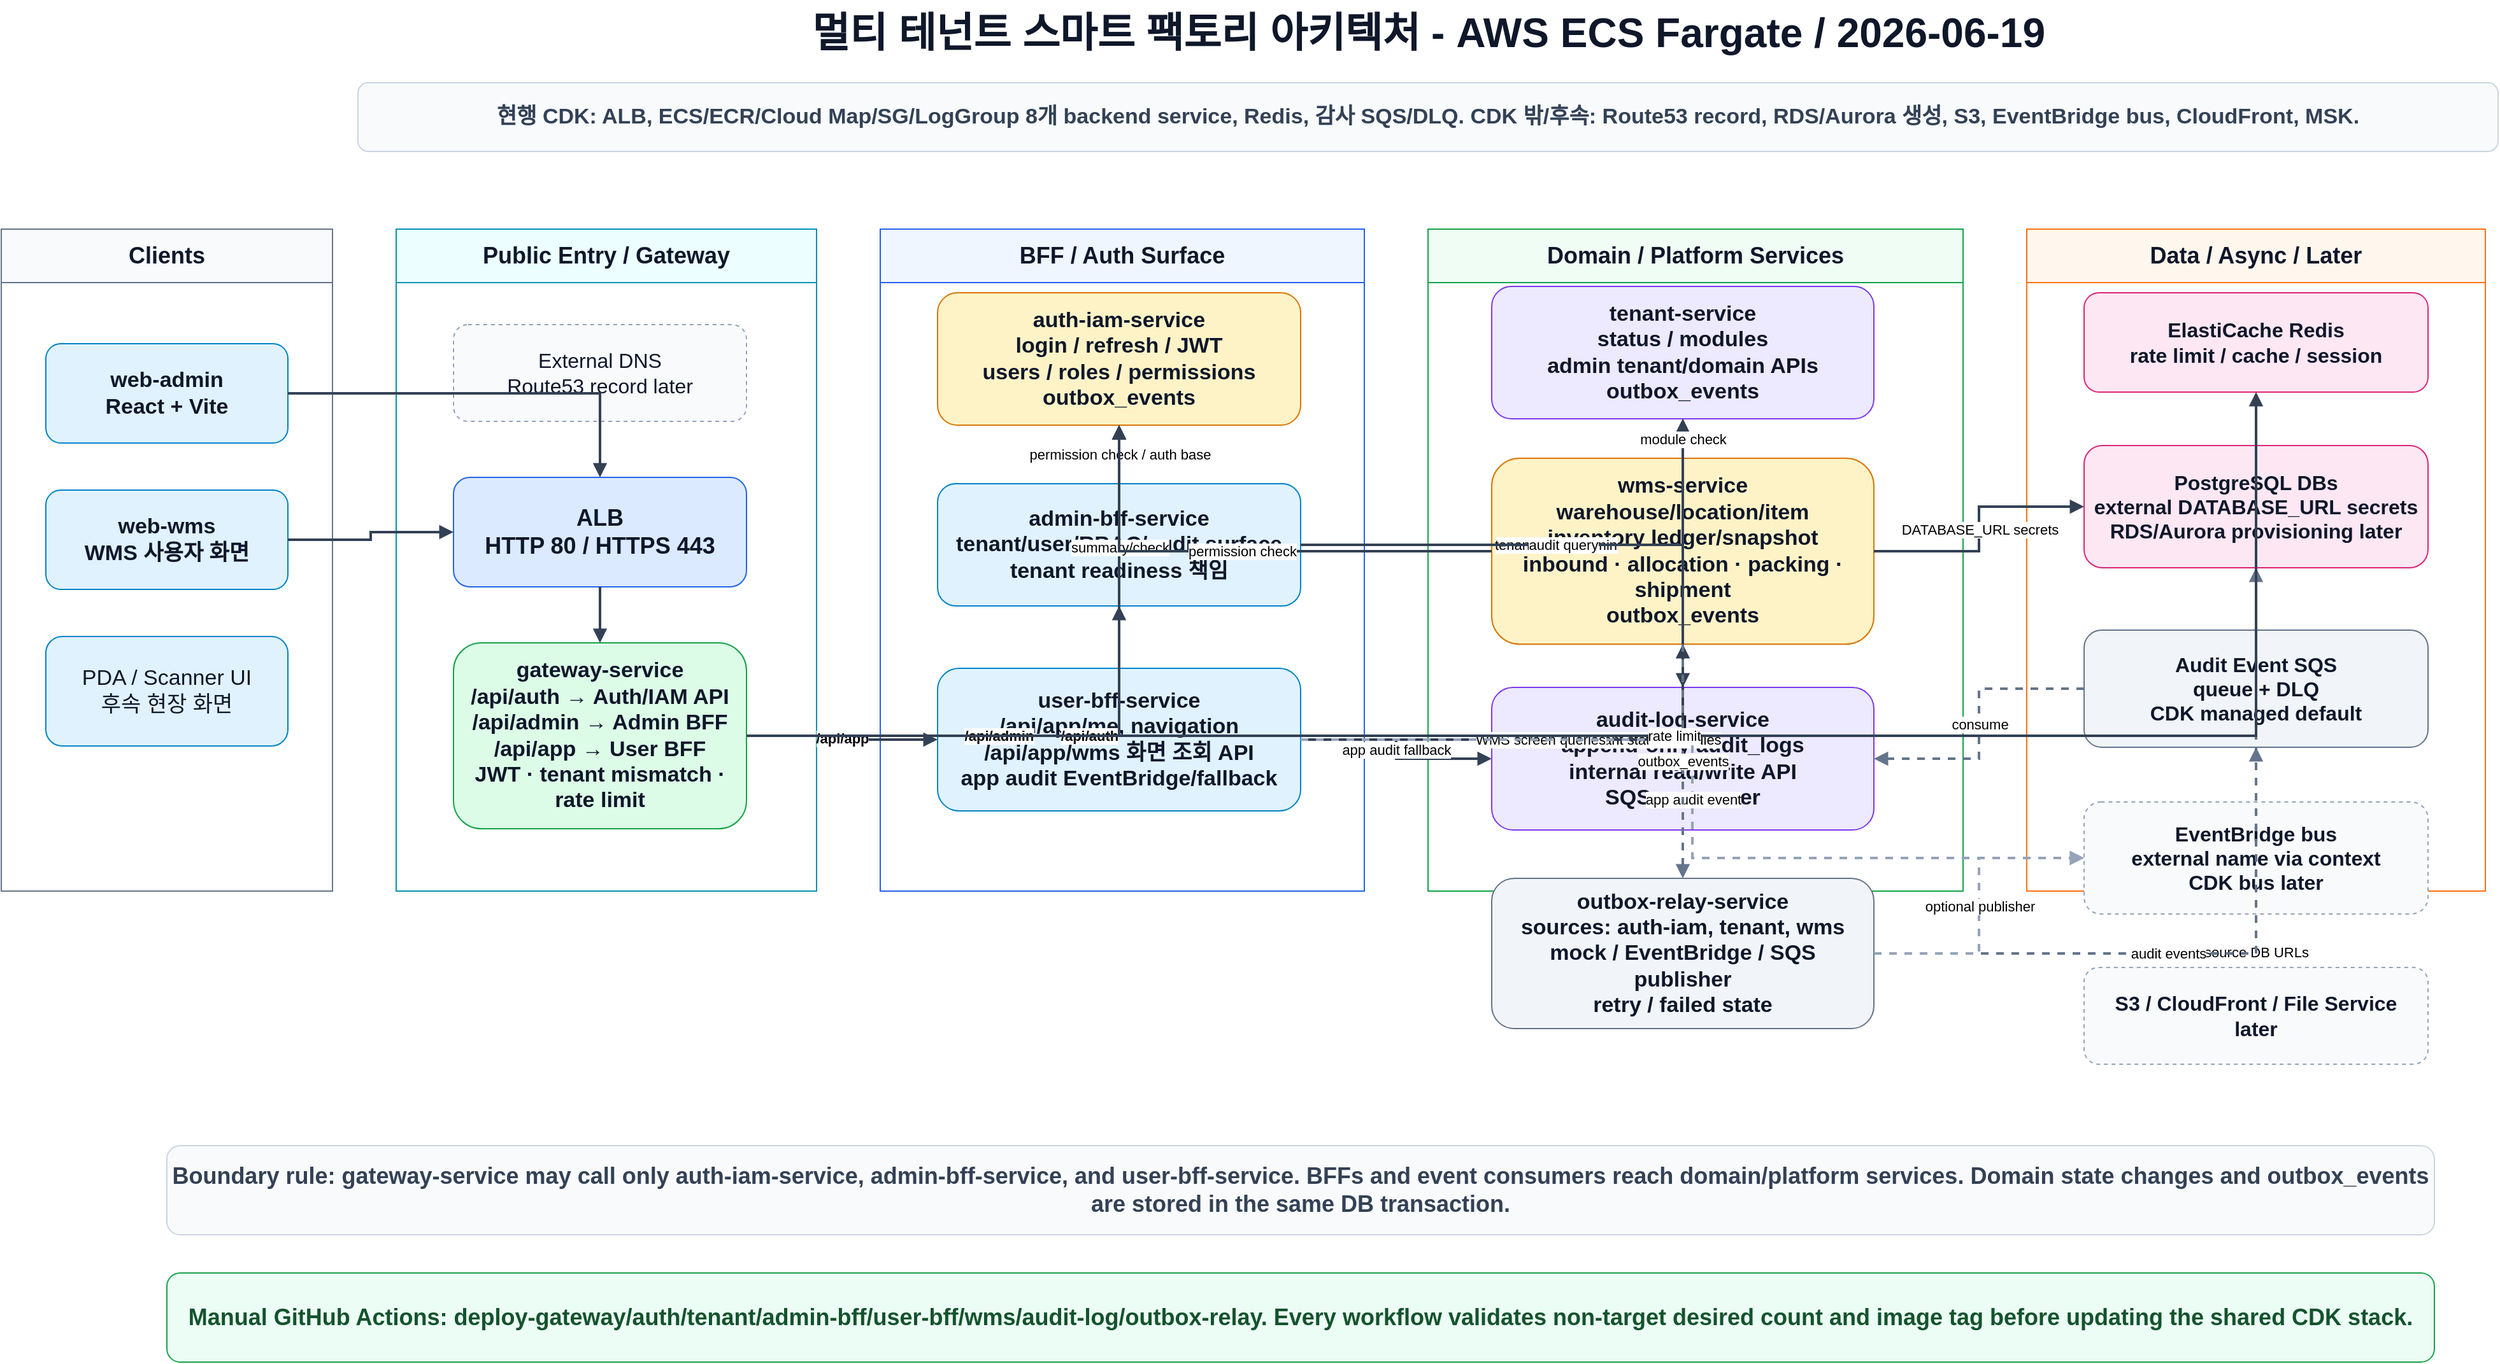
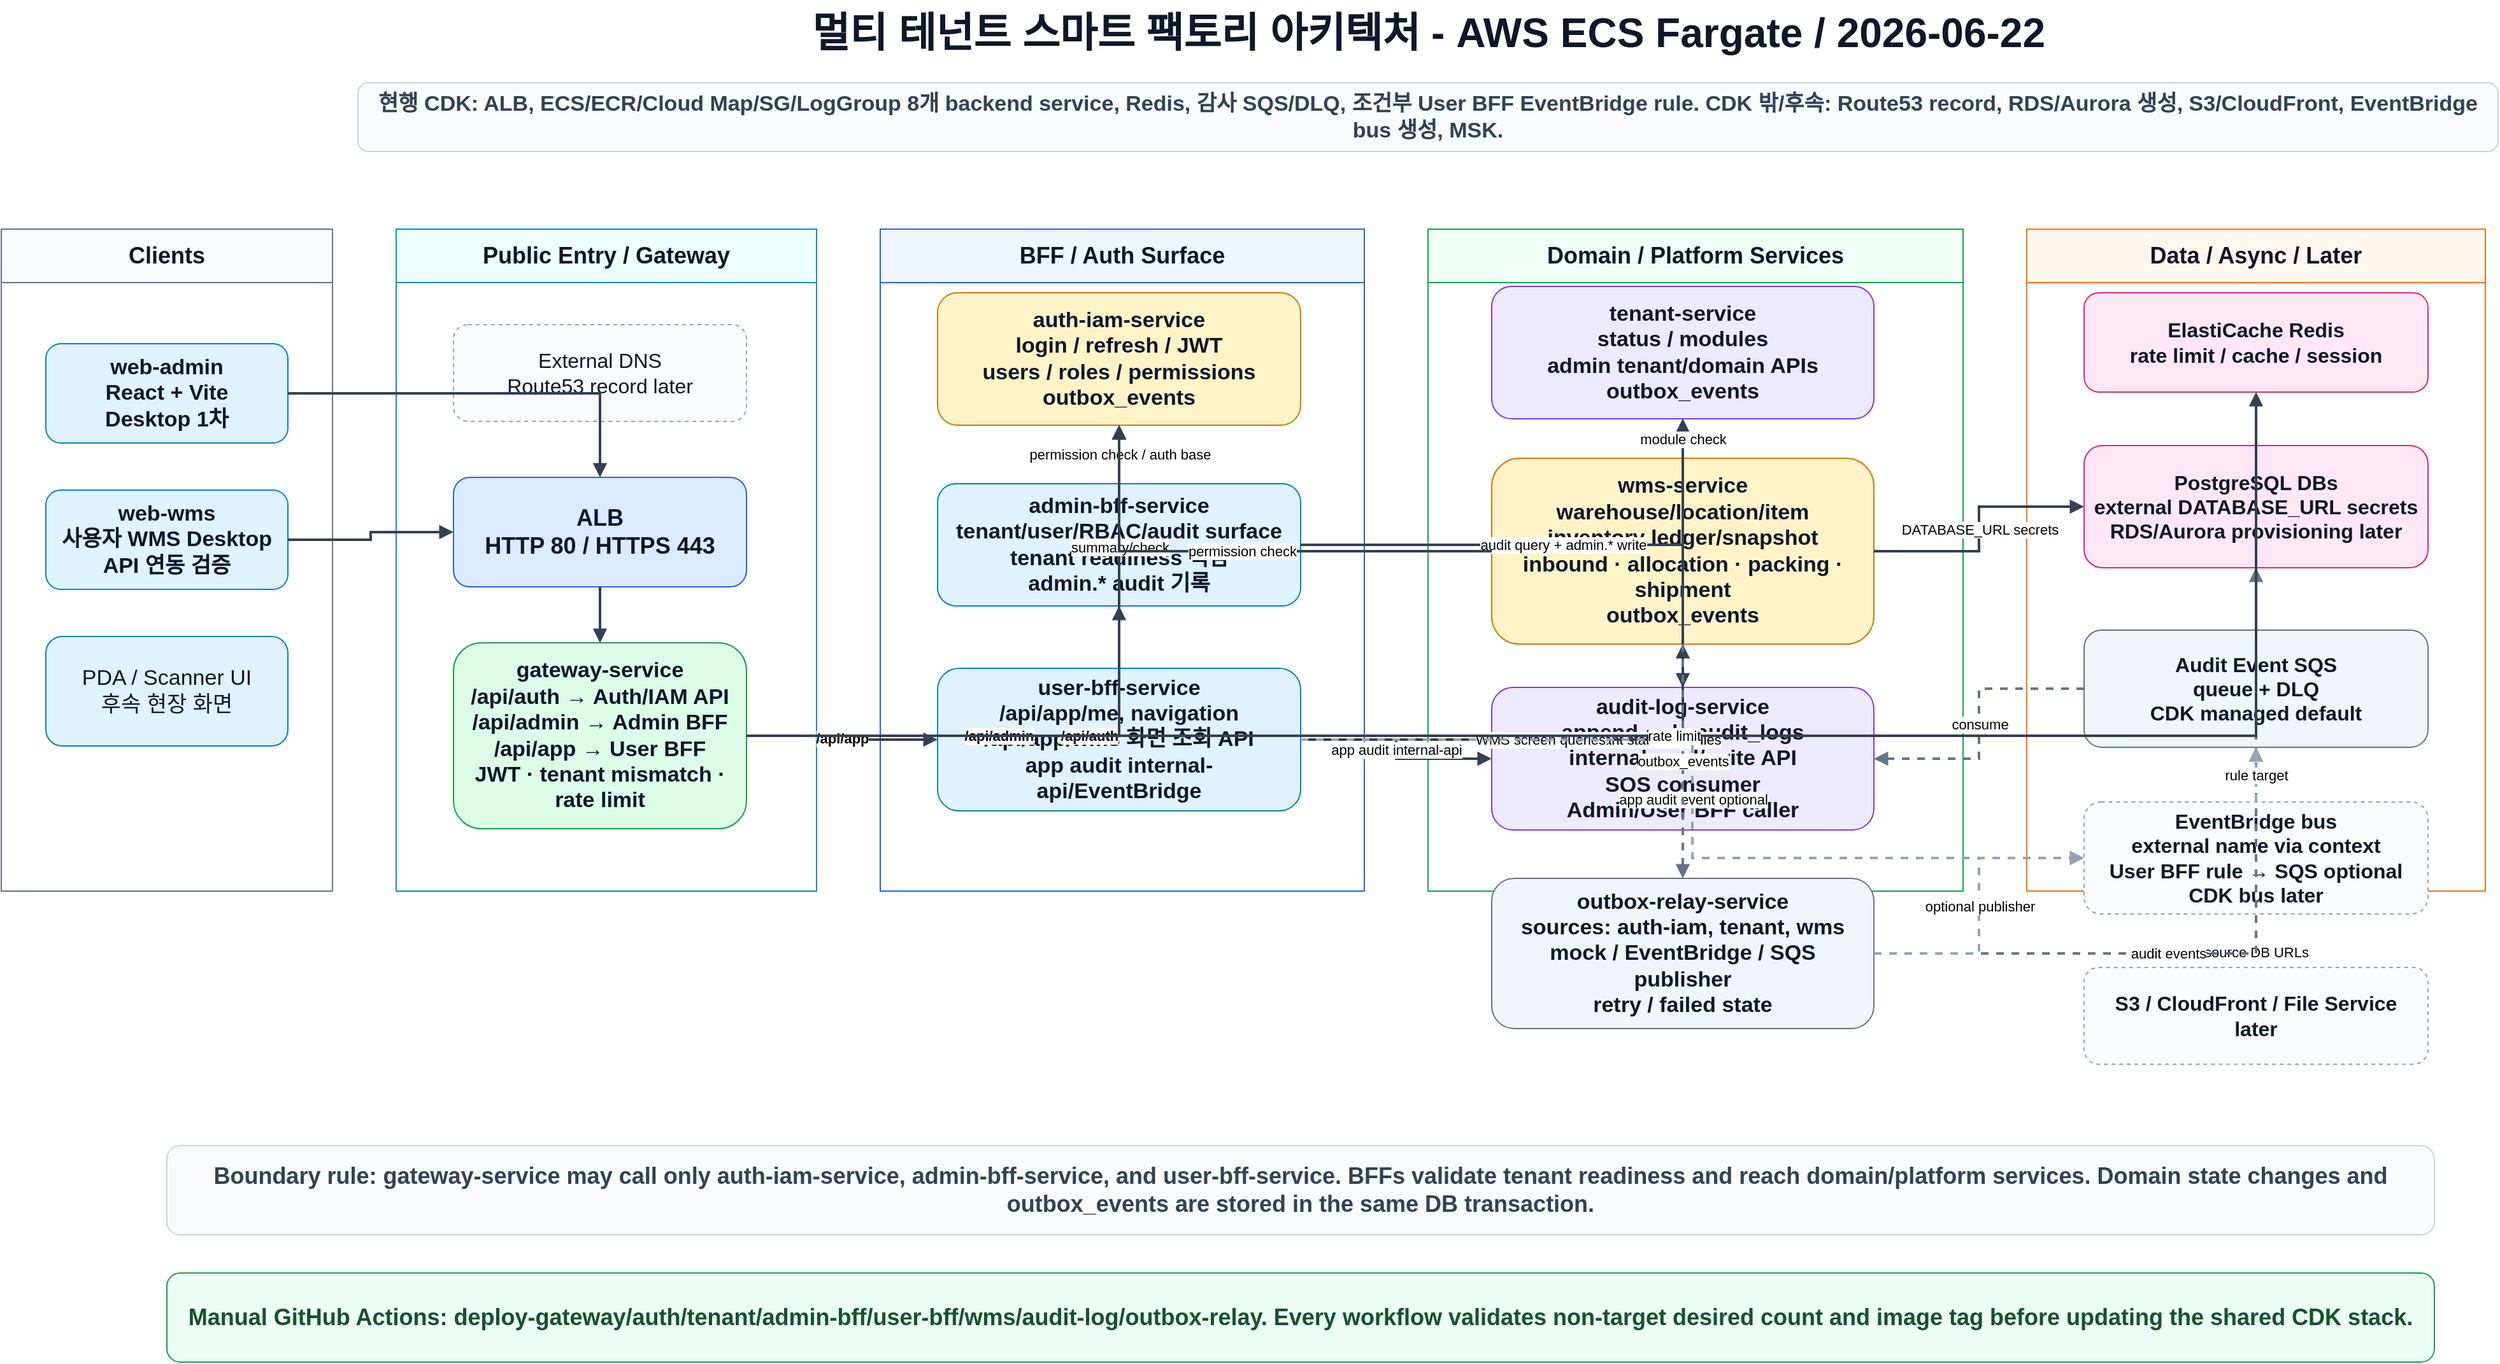
<mxfile host="Electron" agent="Codex">
-   <diagram name="AWS ECS Multi-Tenant Smart Factory" id="aws-ecs-2026-06-19">
+   <diagram name="AWS ECS Multi-Tenant Smart Factory" id="aws-ecs-2026-06-22">
    <mxGraphModel dx="1800" dy="1200" grid="1" gridSize="10" guides="1" tooltips="1" connect="1" arrows="1" fold="1" page="1" pageScale="1" pageWidth="2400" pageHeight="1500" math="0" shadow="0">
      <root>
        <mxCell id="0" />
        <mxCell id="1" parent="0" />
-         <mxCell id="title" value="멀티 테넌트 스마트 팩토리 아키텍처 - AWS ECS Fargate / 2026-06-19" style="text;html=1;strokeColor=none;fillColor=none;fontSize=32;fontStyle=1;align=center;verticalAlign=middle;fontColor=#0F172A;" vertex="1" parent="1">
+         <mxCell id="title" value="멀티 테넌트 스마트 팩토리 아키텍처 - AWS ECS Fargate / 2026-06-22" style="text;html=1;strokeColor=none;fillColor=none;fontSize=32;fontStyle=1;align=center;verticalAlign=middle;fontColor=#0F172A;" vertex="1" parent="1">
          <mxGeometry x="360" y="30" width="1680" height="52" as="geometry" />
        </mxCell>
-         <mxCell id="note" value="현행 CDK: ALB, ECS/ECR/Cloud Map/SG/LogGroup 8개 backend service, Redis, 감사 SQS/DLQ. CDK 밖/후속: Route53 record, RDS/Aurora 생성, S3, EventBridge bus, CloudFront, MSK." style="rounded=1;whiteSpace=wrap;html=1;fillColor=#F8FAFC;strokeColor=#CBD5E1;fontSize=17;fontStyle=1;fontColor=#334155;" vertex="1" parent="1">
+         <mxCell id="note" value="현행 CDK: ALB, ECS/ECR/Cloud Map/SG/LogGroup 8개 backend service, Redis, 감사 SQS/DLQ, 조건부 User BFF EventBridge rule. CDK 밖/후속: Route53 record, RDS/Aurora 생성, S3/CloudFront, EventBridge bus 생성, MSK." style="rounded=1;whiteSpace=wrap;html=1;fillColor=#F8FAFC;strokeColor=#CBD5E1;fontSize=17;fontStyle=1;fontColor=#334155;" vertex="1" parent="1">
          <mxGeometry x="360" y="95" width="1680" height="54" as="geometry" />
        </mxCell>

        <mxCell id="clientsGroup" value="Clients" style="swimlane;html=1;rounded=0;whiteSpace=wrap;fillColor=#F8FAFC;strokeColor=#64748B;fontStyle=1;fontSize=18;startSize=42;fontColor=#0F172A;" vertex="1" parent="1">
          <mxGeometry x="80" y="210" width="260" height="520" as="geometry" />
        </mxCell>
        <mxCell id="entryGroup" value="Public Entry / Gateway" style="swimlane;html=1;rounded=0;whiteSpace=wrap;fillColor=#ECFEFF;strokeColor=#0891B2;fontStyle=1;fontSize=18;startSize=42;fontColor=#0F172A;" vertex="1" parent="1">
          <mxGeometry x="390" y="210" width="330" height="520" as="geometry" />
        </mxCell>
        <mxCell id="bffGroup" value="BFF / Auth Surface" style="swimlane;html=1;rounded=0;whiteSpace=wrap;fillColor=#EFF6FF;strokeColor=#2563EB;fontStyle=1;fontSize=18;startSize=42;fontColor=#0F172A;" vertex="1" parent="1">
          <mxGeometry x="770" y="210" width="380" height="520" as="geometry" />
        </mxCell>
        <mxCell id="domainGroup" value="Domain / Platform Services" style="swimlane;html=1;rounded=0;whiteSpace=wrap;fillColor=#F0FDF4;strokeColor=#16A34A;fontStyle=1;fontSize=18;startSize=42;fontColor=#0F172A;" vertex="1" parent="1">
          <mxGeometry x="1200" y="210" width="420" height="520" as="geometry" />
        </mxCell>
        <mxCell id="dataGroup" value="Data / Async / Later" style="swimlane;html=1;rounded=0;whiteSpace=wrap;fillColor=#FFF7ED;strokeColor=#F97316;fontStyle=1;fontSize=18;startSize=42;fontColor=#0F172A;" vertex="1" parent="1">
          <mxGeometry x="1670" y="210" width="360" height="520" as="geometry" />
        </mxCell>

-         <mxCell id="webAdmin" value="web-admin&#xa;React + Vite" style="rounded=1;whiteSpace=wrap;html=1;fillColor=#E0F2FE;strokeColor=#0284C7;fontStyle=1;fontSize=17;fontColor=#0F172A;spacing=8;" vertex="1" parent="1">
+         <mxCell id="webAdmin" value="web-admin&#xa;React + Vite&#xa;Desktop 1차" style="rounded=1;whiteSpace=wrap;html=1;fillColor=#E0F2FE;strokeColor=#0284C7;fontStyle=1;fontSize=17;fontColor=#0F172A;spacing=8;" vertex="1" parent="1">
          <mxGeometry x="115" y="300" width="190" height="78" as="geometry" />
        </mxCell>
-         <mxCell id="webWms" value="web-wms&#xa;WMS 사용자 화면" style="rounded=1;whiteSpace=wrap;html=1;fillColor=#E0F2FE;strokeColor=#0284C7;fontStyle=1;fontSize=17;fontColor=#0F172A;spacing=8;" vertex="1" parent="1">
+         <mxCell id="webWms" value="web-wms&#xa;사용자 WMS Desktop&#xa;API 연동 검증" style="rounded=1;whiteSpace=wrap;html=1;fillColor=#E0F2FE;strokeColor=#0284C7;fontStyle=1;fontSize=17;fontColor=#0F172A;spacing=8;" vertex="1" parent="1">
          <mxGeometry x="115" y="415" width="190" height="78" as="geometry" />
        </mxCell>
        <mxCell id="pda" value="PDA / Scanner UI&#xa;후속 현장 화면" style="rounded=1;whiteSpace=wrap;html=1;fillColor=#E0F2FE;strokeColor=#0284C7;fontSize=17;fontColor=#0F172A;spacing=8;" vertex="1" parent="1">
          <mxGeometry x="115" y="530" width="190" height="86" as="geometry" />
        </mxCell>

        <mxCell id="dns" value="External DNS&#xa;Route53 record later" style="rounded=1;whiteSpace=wrap;html=1;fillColor=#F8FAFC;strokeColor=#94A3B8;dashed=1;fontSize=16;fontColor=#0F172A;spacing=8;" vertex="1" parent="1">
          <mxGeometry x="435" y="285" width="230" height="76" as="geometry" />
        </mxCell>
        <mxCell id="alb" value="ALB&#xa;HTTP 80 / HTTPS 443" style="rounded=1;whiteSpace=wrap;html=1;fillColor=#DBEAFE;strokeColor=#2563EB;fontStyle=1;fontSize=18;fontColor=#0F172A;spacing=8;" vertex="1" parent="1">
          <mxGeometry x="435" y="405" width="230" height="86" as="geometry" />
        </mxCell>
        <mxCell id="gateway" value="gateway-service&#xa;/api/auth → Auth/IAM API&#xa;/api/admin → Admin BFF&#xa;/api/app → User BFF&#xa;JWT · tenant mismatch · rate limit" style="rounded=1;whiteSpace=wrap;html=1;fillColor=#DCFCE7;strokeColor=#16A34A;fontStyle=1;fontSize=17;fontColor=#0F172A;spacing=9;" vertex="1" parent="1">
          <mxGeometry x="435" y="535" width="230" height="146" as="geometry" />
        </mxCell>

        <mxCell id="auth" value="auth-iam-service&#xa;login / refresh / JWT&#xa;users / roles / permissions&#xa;outbox_events" style="rounded=1;whiteSpace=wrap;html=1;fillColor=#FEF3C7;strokeColor=#D97706;fontStyle=1;fontSize=17;fontColor=#0F172A;spacing=8;" vertex="1" parent="1">
          <mxGeometry x="815" y="260" width="285" height="104" as="geometry" />
        </mxCell>
-         <mxCell id="adminBff" value="admin-bff-service&#xa;tenant/user/RBAC/audit surface&#xa;tenant readiness 책임" style="rounded=1;whiteSpace=wrap;html=1;fillColor=#E0F2FE;strokeColor=#0284C7;fontStyle=1;fontSize=17;fontColor=#0F172A;spacing=8;" vertex="1" parent="1">
+         <mxCell id="adminBff" value="admin-bff-service&#xa;tenant/user/RBAC/audit surface&#xa;tenant readiness 책임&#xa;admin.* audit 기록" style="rounded=1;whiteSpace=wrap;html=1;fillColor=#E0F2FE;strokeColor=#0284C7;fontStyle=1;fontSize=17;fontColor=#0F172A;spacing=8;" vertex="1" parent="1">
          <mxGeometry x="815" y="410" width="285" height="96" as="geometry" />
        </mxCell>
-         <mxCell id="userBff" value="user-bff-service&#xa;/api/app/me, navigation&#xa;/api/app/wms 화면 조회 API&#xa;app audit EventBridge/fallback" style="rounded=1;whiteSpace=wrap;html=1;fillColor=#E0F2FE;strokeColor=#0284C7;fontStyle=1;fontSize=17;fontColor=#0F172A;spacing=8;" vertex="1" parent="1">
+         <mxCell id="userBff" value="user-bff-service&#xa;/api/app/me, navigation&#xa;/api/app/wms 화면 조회 API&#xa;app audit internal-api/EventBridge" style="rounded=1;whiteSpace=wrap;html=1;fillColor=#E0F2FE;strokeColor=#0284C7;fontStyle=1;fontSize=17;fontColor=#0F172A;spacing=8;" vertex="1" parent="1">
          <mxGeometry x="815" y="555" width="285" height="112" as="geometry" />
        </mxCell>

        <mxCell id="tenant" value="tenant-service&#xa;status / modules&#xa;admin tenant/domain APIs&#xa;outbox_events" style="rounded=1;whiteSpace=wrap;html=1;fillColor=#EDE9FE;strokeColor=#7C3AED;fontStyle=1;fontSize=17;fontColor=#0F172A;spacing=8;" vertex="1" parent="1">
          <mxGeometry x="1250" y="255" width="300" height="104" as="geometry" />
        </mxCell>
        <mxCell id="wms" value="wms-service&#xa;warehouse/location/item&#xa;inventory ledger/snapshot&#xa;inbound · allocation · packing · shipment&#xa;outbox_events" style="rounded=1;whiteSpace=wrap;html=1;fillColor=#FEF3C7;strokeColor=#D97706;fontStyle=1;fontSize=17;fontColor=#0F172A;spacing=8;" vertex="1" parent="1">
          <mxGeometry x="1250" y="390" width="300" height="146" as="geometry" />
        </mxCell>
-         <mxCell id="audit" value="audit-log-service&#xa;append-only audit_logs&#xa;internal read/write API&#xa;SQS consumer" style="rounded=1;whiteSpace=wrap;html=1;fillColor=#EDE9FE;strokeColor=#7C3AED;fontStyle=1;fontSize=17;fontColor=#0F172A;spacing=8;" vertex="1" parent="1">
+         <mxCell id="audit" value="audit-log-service&#xa;append-only audit_logs&#xa;internal read/write API&#xa;SQS consumer&#xa;Admin/User BFF caller" style="rounded=1;whiteSpace=wrap;html=1;fillColor=#EDE9FE;strokeColor=#7C3AED;fontStyle=1;fontSize=17;fontColor=#0F172A;spacing=8;" vertex="1" parent="1">
          <mxGeometry x="1250" y="570" width="300" height="112" as="geometry" />
        </mxCell>
        <mxCell id="outbox" value="outbox-relay-service&#xa;sources: auth-iam, tenant, wms&#xa;mock / EventBridge / SQS publisher&#xa;retry / failed state" style="rounded=1;whiteSpace=wrap;html=1;fillColor=#F1F5F9;strokeColor=#64748B;fontStyle=1;fontSize=17;fontColor=#0F172A;spacing=8;" vertex="1" parent="1">
          <mxGeometry x="1250" y="720" width="300" height="118" as="geometry" />
        </mxCell>

        <mxCell id="redis" value="ElastiCache Redis&#xa;rate limit / cache / session" style="rounded=1;whiteSpace=wrap;html=1;fillColor=#FCE7F3;strokeColor=#DB2777;fontStyle=1;fontSize=16;fontColor=#0F172A;spacing=8;" vertex="1" parent="1">
          <mxGeometry x="1715" y="260" width="270" height="78" as="geometry" />
        </mxCell>
        <mxCell id="postgres" value="PostgreSQL DBs&#xa;external DATABASE_URL secrets&#xa;RDS/Aurora provisioning later" style="rounded=1;whiteSpace=wrap;html=1;fillColor=#FCE7F3;strokeColor=#DB2777;fontStyle=1;fontSize=16;fontColor=#0F172A;spacing=8;" vertex="1" parent="1">
          <mxGeometry x="1715" y="380" width="270" height="96" as="geometry" />
        </mxCell>
        <mxCell id="sqs" value="Audit Event SQS&#xa;queue + DLQ&#xa;CDK managed default" style="rounded=1;whiteSpace=wrap;html=1;fillColor=#F1F5F9;strokeColor=#64748B;fontStyle=1;fontSize=16;fontColor=#0F172A;spacing=8;" vertex="1" parent="1">
          <mxGeometry x="1715" y="525" width="270" height="92" as="geometry" />
        </mxCell>
-         <mxCell id="eventbridge" value="EventBridge bus&#xa;external name via context&#xa;CDK bus later" style="rounded=1;whiteSpace=wrap;html=1;fillColor=#F8FAFC;strokeColor=#94A3B8;dashed=1;fontStyle=1;fontSize=16;fontColor=#0F172A;spacing=8;" vertex="1" parent="1">
+         <mxCell id="eventbridge" value="EventBridge bus&#xa;external name via context&#xa;User BFF rule → SQS optional&#xa;CDK bus later" style="rounded=1;whiteSpace=wrap;html=1;fillColor=#F8FAFC;strokeColor=#94A3B8;dashed=1;fontStyle=1;fontSize=16;fontColor=#0F172A;spacing=8;" vertex="1" parent="1">
          <mxGeometry x="1715" y="660" width="270" height="88" as="geometry" />
        </mxCell>
        <mxCell id="s3" value="S3 / CloudFront / File Service&#xa;later" style="rounded=1;whiteSpace=wrap;html=1;fillColor=#F8FAFC;strokeColor=#94A3B8;dashed=1;fontStyle=1;fontSize=16;fontColor=#0F172A;spacing=8;" vertex="1" parent="1">
          <mxGeometry x="1715" y="790" width="270" height="76" as="geometry" />
        </mxCell>

        <mxCell id="edge-web-admin" style="edgeStyle=orthogonalEdgeStyle;rounded=0;orthogonalLoop=1;jettySize=auto;html=1;strokeColor=#334155;strokeWidth=2;endArrow=block;endFill=1;" edge="1" parent="1" source="webAdmin" target="alb">
          <mxGeometry relative="1" as="geometry" />
        </mxCell>
        <mxCell id="edge-web-wms" style="edgeStyle=orthogonalEdgeStyle;rounded=0;orthogonalLoop=1;jettySize=auto;html=1;strokeColor=#334155;strokeWidth=2;endArrow=block;endFill=1;" edge="1" parent="1" source="webWms" target="alb">
          <mxGeometry relative="1" as="geometry" />
        </mxCell>
        <mxCell id="edge-alb-gateway" style="edgeStyle=orthogonalEdgeStyle;rounded=0;orthogonalLoop=1;jettySize=auto;html=1;strokeColor=#334155;strokeWidth=2;endArrow=block;endFill=1;" edge="1" parent="1" source="alb" target="gateway">
          <mxGeometry relative="1" as="geometry" />
        </mxCell>
        <mxCell id="edge-gw-auth" value="/api/auth" style="edgeStyle=orthogonalEdgeStyle;rounded=0;orthogonalLoop=1;jettySize=auto;html=1;strokeColor=#334155;strokeWidth=2;endArrow=block;endFill=1;fontStyle=1;" edge="1" parent="1" source="gateway" target="auth">
          <mxGeometry relative="1" as="geometry" />
        </mxCell>
        <mxCell id="edge-gw-admin" value="/api/admin" style="edgeStyle=orthogonalEdgeStyle;rounded=0;orthogonalLoop=1;jettySize=auto;html=1;strokeColor=#334155;strokeWidth=2;endArrow=block;endFill=1;fontStyle=1;" edge="1" parent="1" source="gateway" target="adminBff">
          <mxGeometry relative="1" as="geometry" />
        </mxCell>
        <mxCell id="edge-gw-user" value="/api/app" style="edgeStyle=orthogonalEdgeStyle;rounded=0;orthogonalLoop=1;jettySize=auto;html=1;strokeColor=#334155;strokeWidth=2;endArrow=block;endFill=1;fontStyle=1;" edge="1" parent="1" source="gateway" target="userBff">
          <mxGeometry relative="1" as="geometry" />
        </mxCell>
        <mxCell id="edge-admin-auth" value="permission check / auth base" style="edgeStyle=orthogonalEdgeStyle;rounded=0;orthogonalLoop=1;jettySize=auto;html=1;strokeColor=#334155;strokeWidth=2;endArrow=block;endFill=1;" edge="1" parent="1" source="adminBff" target="auth">
          <mxGeometry relative="1" as="geometry" />
        </mxCell>
        <mxCell id="edge-admin-tenant" value="tenant status/admin" style="edgeStyle=orthogonalEdgeStyle;rounded=0;orthogonalLoop=1;jettySize=auto;html=1;strokeColor=#334155;strokeWidth=2;endArrow=block;endFill=1;" edge="1" parent="1" source="adminBff" target="tenant">
          <mxGeometry relative="1" as="geometry" />
        </mxCell>
-         <mxCell id="edge-admin-audit" value="audit query" style="edgeStyle=orthogonalEdgeStyle;rounded=0;orthogonalLoop=1;jettySize=auto;html=1;strokeColor=#334155;strokeWidth=2;endArrow=block;endFill=1;" edge="1" parent="1" source="adminBff" target="audit">
+         <mxCell id="edge-admin-audit" value="audit query + admin.* write" style="edgeStyle=orthogonalEdgeStyle;rounded=0;orthogonalLoop=1;jettySize=auto;html=1;strokeColor=#334155;strokeWidth=2;endArrow=block;endFill=1;" edge="1" parent="1" source="adminBff" target="audit">
          <mxGeometry relative="1" as="geometry" />
        </mxCell>
        <mxCell id="edge-user-auth" value="summary/check" style="edgeStyle=orthogonalEdgeStyle;rounded=0;orthogonalLoop=1;jettySize=auto;html=1;strokeColor=#334155;strokeWidth=2;endArrow=block;endFill=1;" edge="1" parent="1" source="userBff" target="auth">
          <mxGeometry relative="1" as="geometry" />
        </mxCell>
        <mxCell id="edge-user-tenant" value="tenant status/modules" style="edgeStyle=orthogonalEdgeStyle;rounded=0;orthogonalLoop=1;jettySize=auto;html=1;strokeColor=#334155;strokeWidth=2;endArrow=block;endFill=1;" edge="1" parent="1" source="userBff" target="tenant">
          <mxGeometry relative="1" as="geometry" />
        </mxCell>
        <mxCell id="edge-user-wms" value="WMS screen queries" style="edgeStyle=orthogonalEdgeStyle;rounded=0;orthogonalLoop=1;jettySize=auto;html=1;strokeColor=#334155;strokeWidth=2;endArrow=block;endFill=1;" edge="1" parent="1" source="userBff" target="wms">
          <mxGeometry relative="1" as="geometry" />
        </mxCell>
-         <mxCell id="edge-user-audit" value="app audit fallback" style="edgeStyle=orthogonalEdgeStyle;rounded=0;orthogonalLoop=1;jettySize=auto;html=1;strokeColor=#334155;strokeWidth=2;endArrow=block;endFill=1;" edge="1" parent="1" source="userBff" target="audit">
+         <mxCell id="edge-user-audit" value="app audit internal-api" style="edgeStyle=orthogonalEdgeStyle;rounded=0;orthogonalLoop=1;jettySize=auto;html=1;strokeColor=#334155;strokeWidth=2;endArrow=block;endFill=1;" edge="1" parent="1" source="userBff" target="audit">
          <mxGeometry relative="1" as="geometry" />
        </mxCell>
-         <mxCell id="edge-user-eventbridge" value="app audit event" style="edgeStyle=orthogonalEdgeStyle;rounded=0;orthogonalLoop=1;jettySize=auto;html=1;strokeColor=#94A3B8;strokeWidth=2;dashed=1;endArrow=block;endFill=1;" edge="1" parent="1" source="userBff" target="eventbridge">
+         <mxCell id="edge-user-eventbridge" value="app audit event optional" style="edgeStyle=orthogonalEdgeStyle;rounded=0;orthogonalLoop=1;jettySize=auto;html=1;strokeColor=#94A3B8;strokeWidth=2;dashed=1;endArrow=block;endFill=1;" edge="1" parent="1" source="userBff" target="eventbridge">
          <mxGeometry relative="1" as="geometry" />
        </mxCell>
        <mxCell id="edge-wms-auth" value="permission check" style="edgeStyle=orthogonalEdgeStyle;rounded=0;orthogonalLoop=1;jettySize=auto;html=1;strokeColor=#334155;strokeWidth=2;endArrow=block;endFill=1;" edge="1" parent="1" source="wms" target="auth">
          <mxGeometry relative="1" as="geometry" />
        </mxCell>
        <mxCell id="edge-wms-tenant" value="module check" style="edgeStyle=orthogonalEdgeStyle;rounded=0;orthogonalLoop=1;jettySize=auto;html=1;strokeColor=#334155;strokeWidth=2;endArrow=block;endFill=1;" edge="1" parent="1" source="wms" target="tenant">
          <mxGeometry relative="1" as="geometry" />
        </mxCell>
        <mxCell id="edge-services-db" value="DATABASE_URL secrets" style="edgeStyle=orthogonalEdgeStyle;rounded=0;orthogonalLoop=1;jettySize=auto;html=1;strokeColor=#334155;strokeWidth=2;endArrow=block;endFill=1;" edge="1" parent="1" source="wms" target="postgres">
          <mxGeometry relative="1" as="geometry" />
        </mxCell>
        <mxCell id="edge-outbox-db" value="source DB URLs" style="edgeStyle=orthogonalEdgeStyle;rounded=0;orthogonalLoop=1;jettySize=auto;html=1;strokeColor=#64748B;strokeWidth=2;dashed=1;endArrow=block;endFill=1;" edge="1" parent="1" source="outbox" target="postgres">
          <mxGeometry relative="1" as="geometry" />
        </mxCell>
        <mxCell id="edge-wms-outbox" value="outbox_events" style="edgeStyle=orthogonalEdgeStyle;rounded=0;orthogonalLoop=1;jettySize=auto;html=1;strokeColor=#64748B;strokeWidth=2;dashed=1;endArrow=block;endFill=1;" edge="1" parent="1" source="wms" target="outbox">
          <mxGeometry relative="1" as="geometry" />
        </mxCell>
        <mxCell id="edge-outbox-sqs" value="audit events" style="edgeStyle=orthogonalEdgeStyle;rounded=0;orthogonalLoop=1;jettySize=auto;html=1;strokeColor=#64748B;strokeWidth=2;dashed=1;endArrow=block;endFill=1;" edge="1" parent="1" source="outbox" target="sqs">
          <mxGeometry relative="1" as="geometry" />
        </mxCell>
        <mxCell id="edge-sqs-audit" value="consume" style="edgeStyle=orthogonalEdgeStyle;rounded=0;orthogonalLoop=1;jettySize=auto;html=1;strokeColor=#64748B;strokeWidth=2;dashed=1;endArrow=block;endFill=1;" edge="1" parent="1" source="sqs" target="audit">
          <mxGeometry relative="1" as="geometry" />
        </mxCell>
        <mxCell id="edge-outbox-eventbridge" value="optional publisher" style="edgeStyle=orthogonalEdgeStyle;rounded=0;orthogonalLoop=1;jettySize=auto;html=1;strokeColor=#94A3B8;strokeWidth=2;dashed=1;endArrow=block;endFill=1;" edge="1" parent="1" source="outbox" target="eventbridge">
          <mxGeometry relative="1" as="geometry" />
        </mxCell>
+         <mxCell id="edge-eventbridge-sqs" value="rule target" style="edgeStyle=orthogonalEdgeStyle;rounded=0;orthogonalLoop=1;jettySize=auto;html=1;strokeColor=#94A3B8;strokeWidth=2;dashed=1;endArrow=block;endFill=1;" edge="1" parent="1" source="eventbridge" target="sqs">
+           <mxGeometry relative="1" as="geometry" />
+         </mxCell>
        <mxCell id="edge-gateway-redis" value="rate limit" style="edgeStyle=orthogonalEdgeStyle;rounded=0;orthogonalLoop=1;jettySize=auto;html=1;strokeColor=#334155;strokeWidth=2;endArrow=block;endFill=1;" edge="1" parent="1" source="gateway" target="redis">
          <mxGeometry relative="1" as="geometry" />
        </mxCell>

-         <mxCell id="boundary" value="Boundary rule: gateway-service may call only auth-iam-service, admin-bff-service, and user-bff-service. BFFs and event consumers reach domain/platform services. Domain state changes and outbox_events are stored in the same DB transaction." style="rounded=1;whiteSpace=wrap;html=1;fillColor=#F8FAFC;strokeColor=#CBD5E1;fontSize=18;fontStyle=1;fontColor=#334155;" vertex="1" parent="1">
+         <mxCell id="boundary" value="Boundary rule: gateway-service may call only auth-iam-service, admin-bff-service, and user-bff-service. BFFs validate tenant readiness and reach domain/platform services. Domain state changes and outbox_events are stored in the same DB transaction." style="rounded=1;whiteSpace=wrap;html=1;fillColor=#F8FAFC;strokeColor=#CBD5E1;fontSize=18;fontStyle=1;fontColor=#334155;" vertex="1" parent="1">
          <mxGeometry x="210" y="930" width="1780" height="70" as="geometry" />
        </mxCell>
        <mxCell id="deploy" value="Manual GitHub Actions: deploy-gateway/auth/tenant/admin-bff/user-bff/wms/audit-log/outbox-relay. Every workflow validates non-target desired count and image tag before updating the shared CDK stack." style="rounded=1;whiteSpace=wrap;html=1;fillColor=#ECFDF5;strokeColor=#16A34A;fontSize=18;fontStyle=1;fontColor=#14532D;" vertex="1" parent="1">
          <mxGeometry x="210" y="1030" width="1780" height="70" as="geometry" />
        </mxCell>
      </root>
    </mxGraphModel>
  </diagram>
</mxfile>
